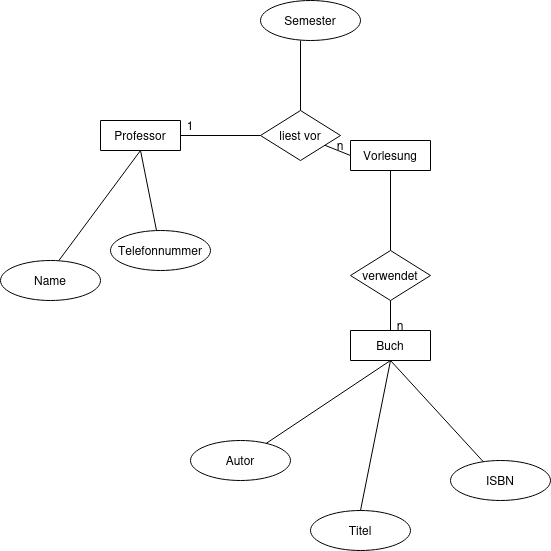
The draw.io diagram src/LauraKatharinaBertsch/aufgabe93/aufgabe93.drawio.png in zewas-digital/appdevhb25, before a commit. Source tidied: cells renumbered, new cells last; positions are measured from the earlier drawing's top-left corner, leaving out a move shared by most shapes.
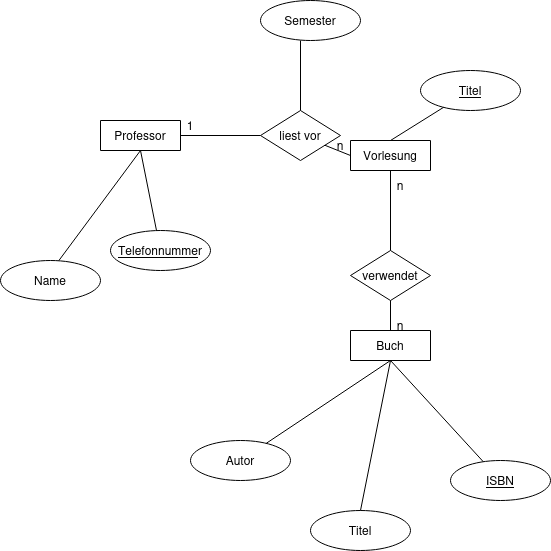
After the change.

Commit message:
aufgabe 93 verbessert

The edit, as a diff of the source:
```diff
@@ -13,7 +13,7 @@
     <mxCell id="4" value="Professor" style="text;html=1;whiteSpace=wrap;strokeColor=none;fillColor=none;align=center;verticalAlign=middle;rounded=0;" parent="2" vertex="1">
       <mxGeometry x="10" width="60" height="30" as="geometry" />
     </mxCell>
-    <mxCell id="5" value="Telefonnummer" style="ellipse;whiteSpace=wrap;html=1;" parent="1" vertex="1">
+    <mxCell id="5" value="&lt;u&gt;Telefonnumme&lt;/u&gt;r" style="ellipse;whiteSpace=wrap;html=1;" parent="1" vertex="1">
       <mxGeometry x="110" y="230" width="100" height="40" as="geometry" />
     </mxCell>
     <mxCell id="6" value="Name" style="ellipse;whiteSpace=wrap;html=1;" parent="1" vertex="1">
@@ -55,7 +55,7 @@
     <mxCell id="16" value="Titel" style="ellipse;whiteSpace=wrap;html=1;" parent="1" vertex="1">
       <mxGeometry x="310" y="510" width="100" height="40" as="geometry" />
     </mxCell>
-    <mxCell id="17" value="ISBN" style="ellipse;whiteSpace=wrap;html=1;" parent="1" vertex="1">
+    <mxCell id="17" value="&lt;u&gt;ISBN&lt;/u&gt;" style="ellipse;whiteSpace=wrap;html=1;" parent="1" vertex="1">
       <mxGeometry x="450" y="460" width="100" height="40" as="geometry" />
     </mxCell>
     <mxCell id="18" style="endArrow=none;html=1;rounded=0;entryX=1;entryY=0.5;entryDx=0;entryDy=0;" parent="1" edge="1" source="14" target="2">
@@ -102,5 +102,14 @@
     <mxCell id="31" value="n" style="text;html=1;whiteSpace=wrap;strokeColor=none;fillColor=none;align=center;verticalAlign=middle;rounded=0;" parent="1" vertex="1">
       <mxGeometry x="310" y="130" width="60" height="30" as="geometry" />
     </mxCell>
+    <mxCell id="32" value="n" style="text;html=1;whiteSpace=wrap;strokeColor=none;fillColor=none;align=center;verticalAlign=middle;rounded=0;" parent="1" vertex="1">
+      <mxGeometry x="370" y="170" width="60" height="30" as="geometry" />
+    </mxCell>
+    <mxCell id="33" value="&lt;u&gt;Titel&lt;/u&gt;" style="ellipse;whiteSpace=wrap;html=1;" parent="1" vertex="1">
+      <mxGeometry x="420" y="70" width="100" height="40" as="geometry" />
+    </mxCell>
+    <mxCell id="34" style="endArrow=none;html=1;rounded=0;exitX=0.5;exitY=0;exitDx=0;exitDy=0;" parent="1" edge="1" source="12" target="33">
+      <mxGeometry relative="1" as="geometry" />
+    </mxCell>
   </root>
 </mxGraphModel>
```
